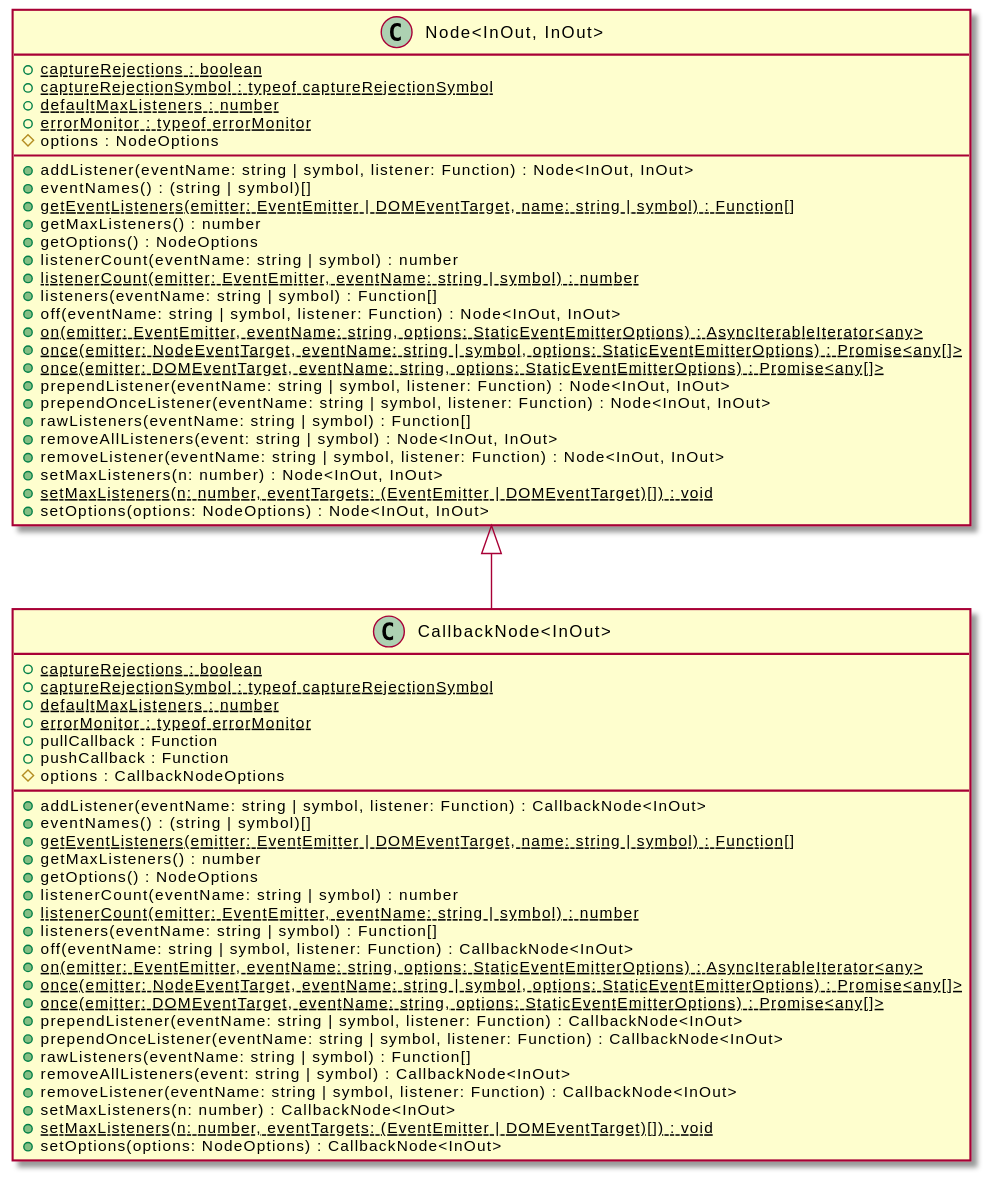
The PlantUML diagram assets/CallbackNode-umlClassDiagram-15549.svg in OpenHPS/openhps-core, before a commit.
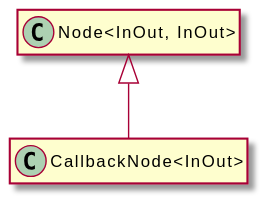
After the change.

The edit, as a diff of the source:
```diff
@@ -3,60 +3,8 @@
 hide empty methods
 hide empty fields
 class "CallbackNode<InOut>" {
-    {static} +captureRejections : boolean
-    {static} +captureRejectionSymbol : typeof captureRejectionSymbol
-    {static} +defaultMaxListeners : number
-    {static} +errorMonitor : typeof errorMonitor
-    +pullCallback : Function
-    +pushCallback : Function
-    #options : CallbackNodeOptions
-    +addListener(eventName: string | symbol, listener: Function) : CallbackNode<InOut>
-    +eventNames() : (string | symbol)[]
-    {static} +getEventListeners(emitter: EventEmitter | DOMEventTarget, name: string | symbol) : Function[]
-    +getMaxListeners() : number
-    +getOptions() : NodeOptions
-    +listenerCount(eventName: string | symbol) : number
-    {static} +listenerCount(emitter: EventEmitter, eventName: string | symbol) : number
-    +listeners(eventName: string | symbol) : Function[]
-    +off(eventName: string | symbol, listener: Function) : CallbackNode<InOut>
-    {static} +on(emitter: EventEmitter, eventName: string, options: StaticEventEmitterOptions) : AsyncIterableIterator<any>
-    {static} +once(emitter: NodeEventTarget, eventName: string | symbol, options: StaticEventEmitterOptions) : Promise<any[]>
-    {static} +once(emitter: DOMEventTarget, eventName: string, options: StaticEventEmitterOptions) : Promise<any[]>
-    +prependListener(eventName: string | symbol, listener: Function) : CallbackNode<InOut>
-    +prependOnceListener(eventName: string | symbol, listener: Function) : CallbackNode<InOut>
-    +rawListeners(eventName: string | symbol) : Function[]
-    +removeAllListeners(event: string | symbol) : CallbackNode<InOut>
-    +removeListener(eventName: string | symbol, listener: Function) : CallbackNode<InOut>
-    +setMaxListeners(n: number) : CallbackNode<InOut>
-    {static} +setMaxListeners(n: number, eventTargets: (EventEmitter | DOMEventTarget)[]) : void
-    +setOptions(options: NodeOptions) : CallbackNode<InOut>
 }
 class "Node<InOut, InOut>" {
-    {static} +captureRejections : boolean
-    {static} +captureRejectionSymbol : typeof captureRejectionSymbol
-    {static} +defaultMaxListeners : number
-    {static} +errorMonitor : typeof errorMonitor
-    #options : NodeOptions
-    +addListener(eventName: string | symbol, listener: Function) : Node<InOut, InOut>
-    +eventNames() : (string | symbol)[]
-    {static} +getEventListeners(emitter: EventEmitter | DOMEventTarget, name: string | symbol) : Function[]
-    +getMaxListeners() : number
-    +getOptions() : NodeOptions
-    +listenerCount(eventName: string | symbol) : number
-    {static} +listenerCount(emitter: EventEmitter, eventName: string | symbol) : number
-    +listeners(eventName: string | symbol) : Function[]
-    +off(eventName: string | symbol, listener: Function) : Node<InOut, InOut>
-    {static} +on(emitter: EventEmitter, eventName: string, options: StaticEventEmitterOptions) : AsyncIterableIterator<any>
-    {static} +once(emitter: NodeEventTarget, eventName: string | symbol, options: StaticEventEmitterOptions) : Promise<any[]>
-    {static} +once(emitter: DOMEventTarget, eventName: string, options: StaticEventEmitterOptions) : Promise<any[]>
-    +prependListener(eventName: string | symbol, listener: Function) : Node<InOut, InOut>
-    +prependOnceListener(eventName: string | symbol, listener: Function) : Node<InOut, InOut>
-    +rawListeners(eventName: string | symbol) : Function[]
-    +removeAllListeners(event: string | symbol) : Node<InOut, InOut>
-    +removeListener(eventName: string | symbol, listener: Function) : Node<InOut, InOut>
-    +setMaxListeners(n: number) : Node<InOut, InOut>
-    {static} +setMaxListeners(n: number, eventTargets: (EventEmitter | DOMEventTarget)[]) : void
-    +setOptions(options: NodeOptions) : Node<InOut, InOut>
 }
 "Node<InOut, InOut>" <|-- "CallbackNode<InOut>"
 @enduml
```
